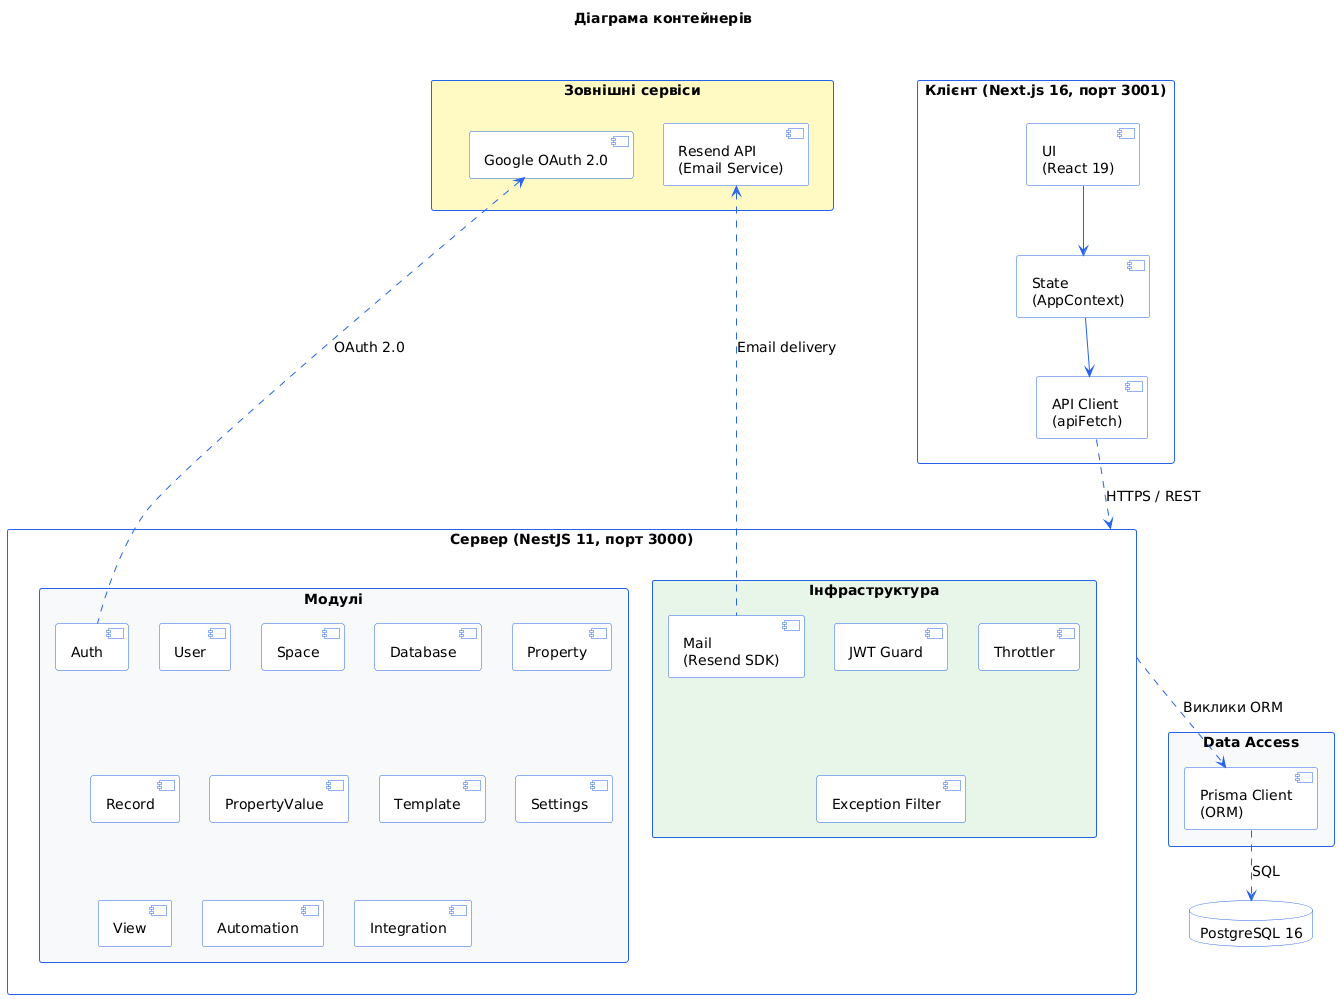
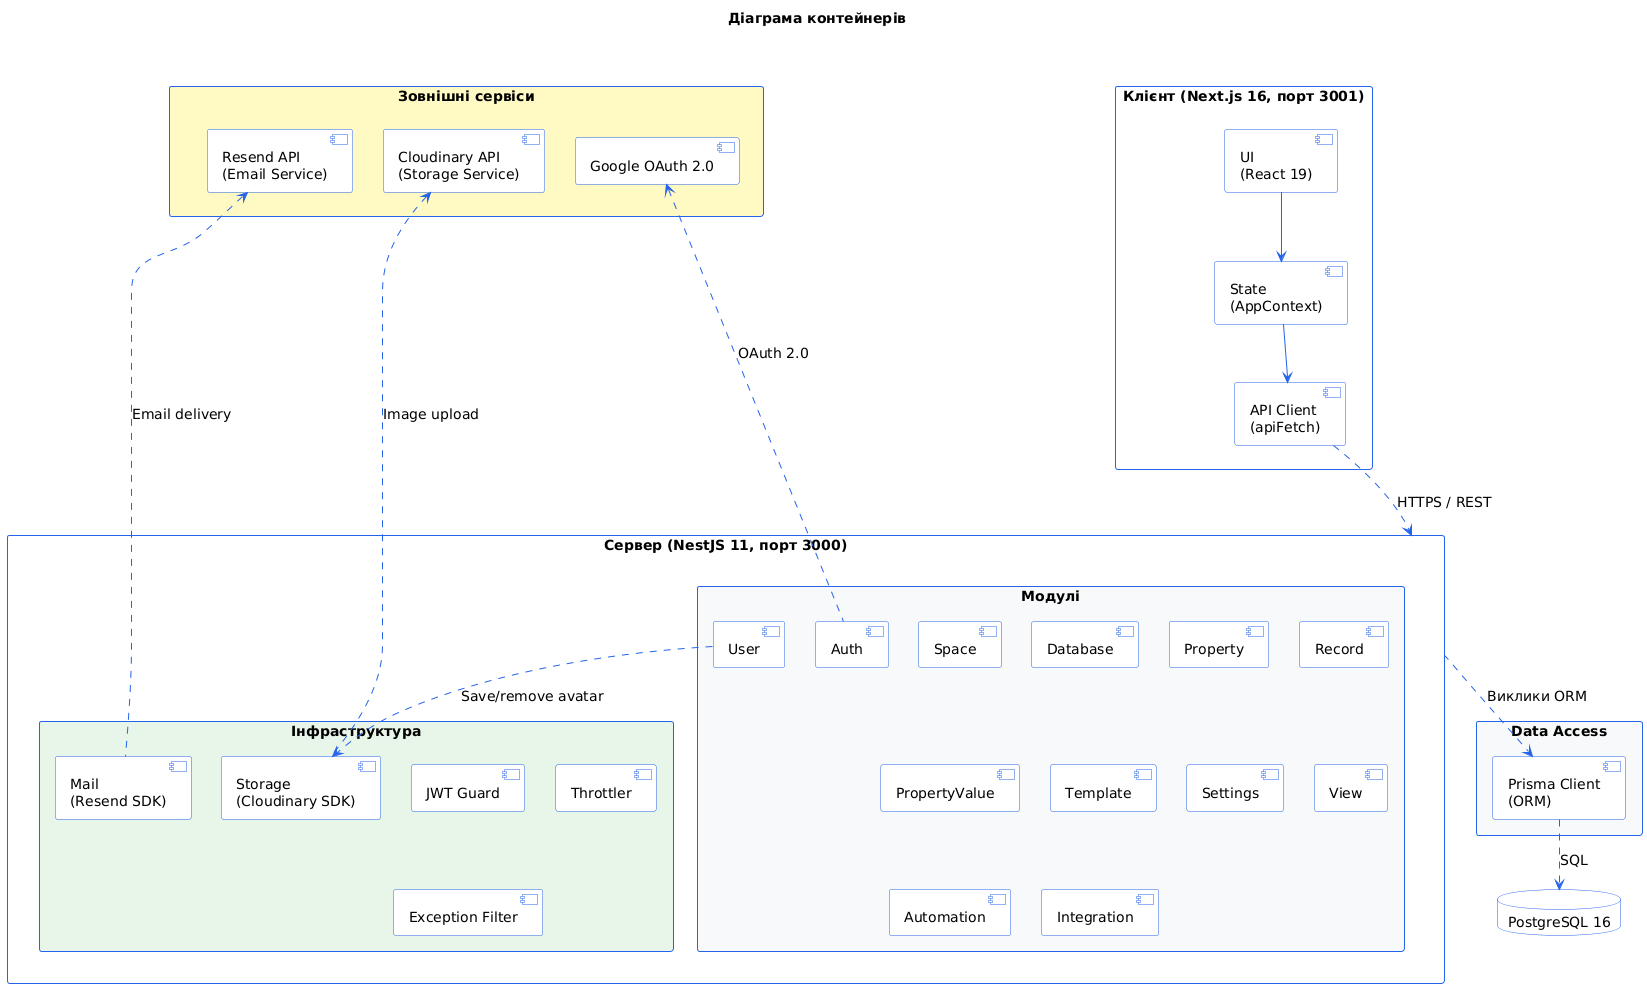
@startuml Container

skinparam backgroundColor #FFFFFF
skinparam shadowing false
skinparam packageStyle rectangle
skinparam defaultFontName "DejaVu Sans"
skinparam defaultFontSize 14
skinparam nodesep 30
skinparam ranksep 40

skinparam componentBackgroundColor #FFFFFF
skinparam componentBorderColor #2563eb
skinparam componentArrowColor #2563eb
skinparam packageBorderColor #2563eb
skinparam databaseBackgroundColor #FFFFFF
skinparam databaseBorderColor #2563eb
skinparam componentTextAlignment center

top to bottom direction

title Діаграма контейнерів

package "Зовнішні сервіси" as Ext_Box #FFF9C4 {
  component "Google OAuth 2.0" as Google
  component "Resend API\n(Email Service)" as Resend
+   component "Cloudinary API\n(Storage Service)" as Cloudinary
}

package "Клієнт (Next.js 16, порт 3001)" as Client_Box #FFFFFF {
  component "UI\n(React 19)" as UI
  component "State\n(AppContext)" as State
  component "API Client\n(apiFetch)" as Client
}

package "Сервер (NestJS 11, порт 3000)" as Server_Box {
  package "Модулі" as Modules_Box #F8F9FA {
    component "Auth" as Auth
    component "User" as User
    component "Space" as Space
    component "Database" as DBModule
    component "Property" as Property
    component "Record" as Record
    component "PropertyValue" as PropValue
    component "Template" as Template
    component "Settings" as Settings
    component "View" as View
    component "Automation" as Automation
    component "Integration" as Integration
  }

  package "Інфраструктура" as Infra_Box #E8F5E9 {
    component "Mail\n(Resend SDK)" as Mail
+     component "Storage\n(Cloudinary SDK)" as Storage
    component "JWT Guard" as JWTGuard
    component "Throttler" as Throttler
    component "Exception Filter" as Filter
  }
}

package "Data Access" as Data_Box #F8F9FA {
  component "Prisma Client\n(ORM)" as Prisma
}

database "PostgreSQL 16" as DB

Ext_Box -[hidden]right-> Client_Box

UI --> State
State --> Client

Client ..> Server_Box : HTTPS / REST

Server_Box ..> Prisma : Виклики ORM

Prisma ..> DB : SQL

Google <.. Auth : OAuth 2.0

Resend <.. Mail : Email delivery

+ Cloudinary <.. Storage : Image upload
+ User ..> Storage : Save/remove avatar
+ 
@enduml
